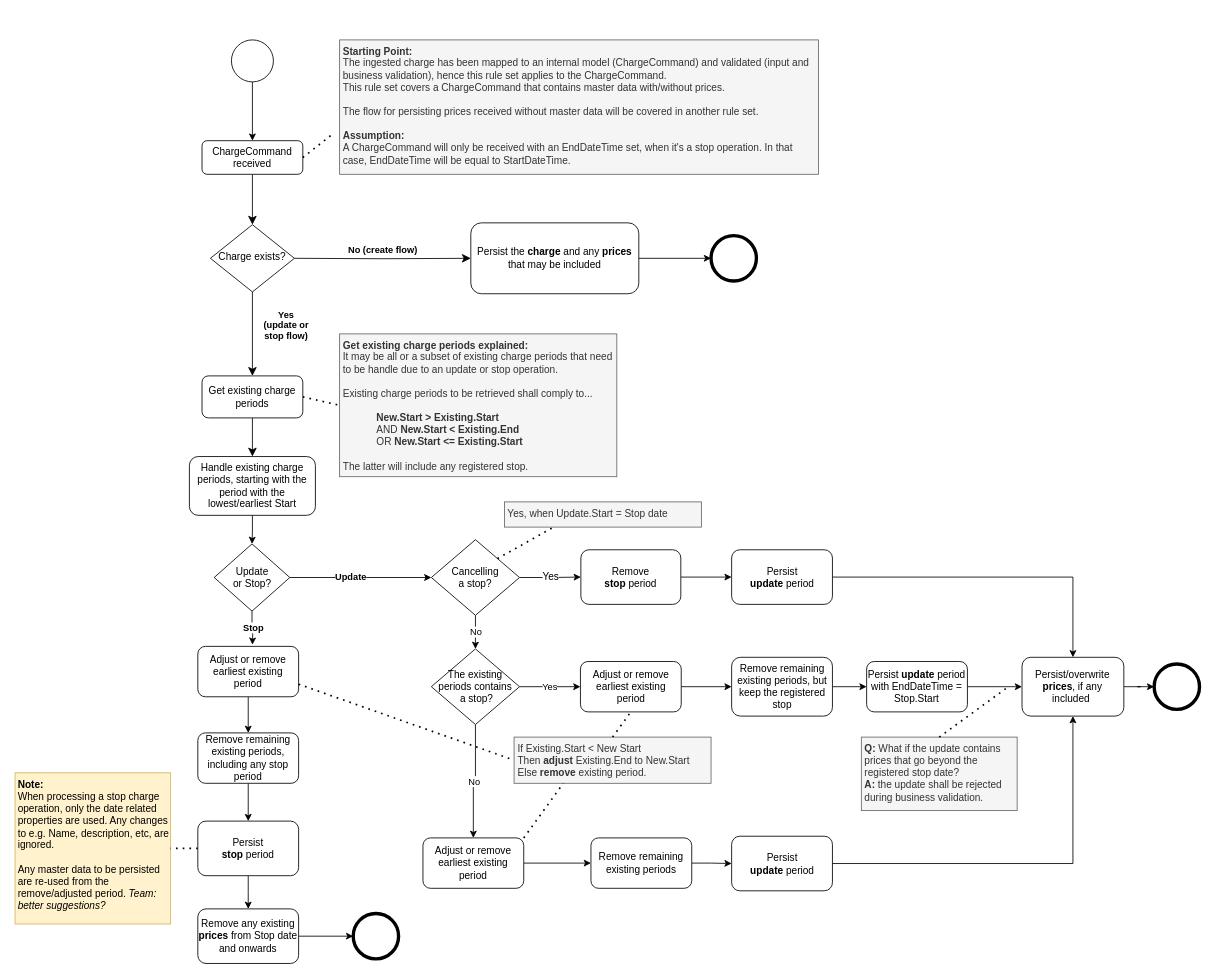
Earlier version of the draw.io diagram page "Ruleset_v2_StartAndStopDate" (2 of 3) of docs/process-flows/images/PersistingChargesRuleSet_ProcessFlow.drawio (Energinet-DataHub/ARCHIVED-geh-charges). Source tidied: cells renumbered, new cells numbered last; positions are measured from the earlier drawing's top-left corner, leaving out a move shared by most shapes. Both pictures are drawn from the tidied source at 84%, with x=0, y=0 at pixel (14, 39).
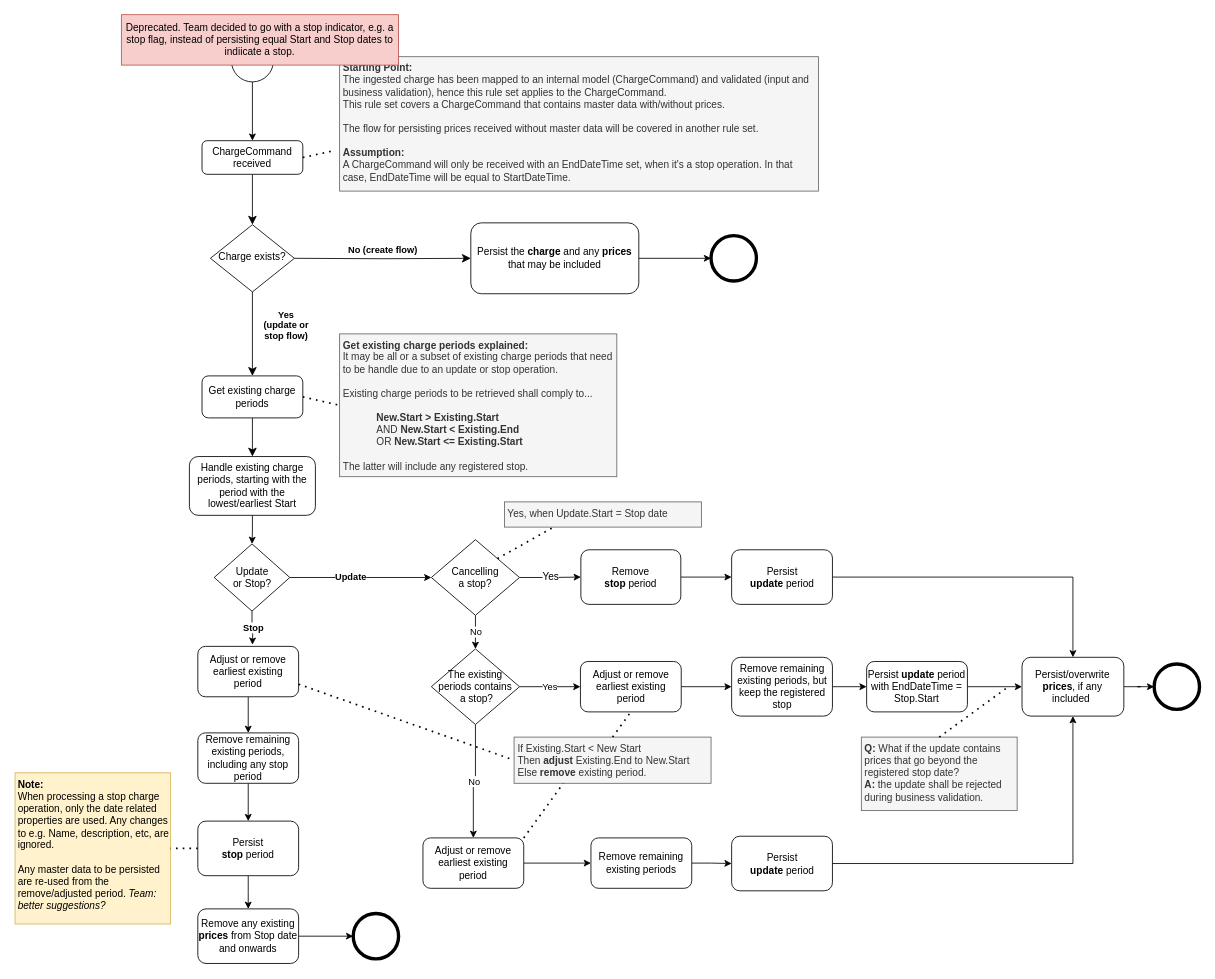
The same diagram, later.

Diff of the diagram source:
```diff
@@
     <mxCell id="14" value="&lt;b&gt;Starting Point:&lt;br&gt;&lt;/b&gt;The ingested charge has been mapped to an internal model (ChargeCommand) and validated (input and business validation), hence this rule set applies to the ChargeCommand.&lt;br&gt;This rule set covers a ChargeCommand that contains master data with/without prices.&lt;br&gt;&lt;br&gt;The flow for persisting prices received without master data will be covered in another rule set.&lt;br&gt;&lt;br&gt;&lt;b&gt;Assumption:&lt;/b&gt;&lt;br&gt;A ChargeCommand will only be received with an EndDateTime set, when it's a stop operation. In that case, EndDateTime will be equal to StartDateTime." style="text;html=1;strokeColor=#666666;fillColor=#f5f5f5;align=left;verticalAlign=top;whiteSpace=wrap;rounded=0;fontColor=#333333;perimeterSpacing=0;spacingTop=0;spacingLeft=2;spacingBottom=2;" parent="1" vertex="1">
-      <mxGeometry x="386.8" width="570" height="160" as="geometry" />
+      <mxGeometry x="386.8" y="20" width="570" height="160" as="geometry" />
     </mxCell>
@@
+    <mxCell id="68" value="Deprecated. Team decided to go with a stop indicator, e.g. a stop flag, instead of persisting equal Start and Stop dates to indiicate a stop." style="rounded=0;whiteSpace=wrap;html=1;fillColor=#f8cecc;strokeColor=#b85450;" parent="1" vertex="1">
+      <mxGeometry x="127" y="-30" width="330" height="60" as="geometry" />
+    </mxCell>
```
